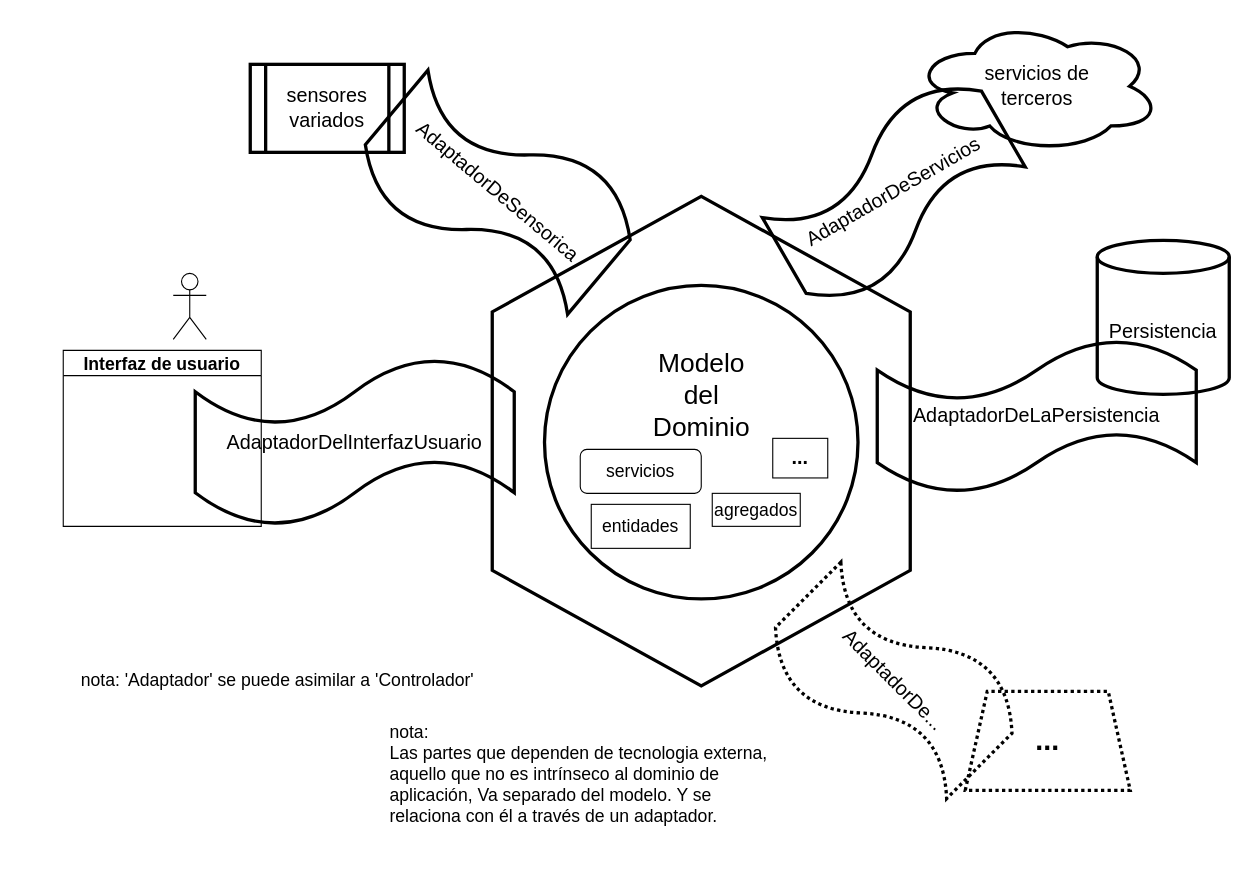
This is zz_notas_varias/Arquitectura Hexagonal - ports and adapters.drawio from JuanMuruaOlalde/DesarrolloDeSoftware, a draw.io file, before an edit. Source tidied: cells renumbered, new cells numbered last; positions are measured from the earlier drawing's top-left corner, leaving out a move shared by most shapes. Both pictures are drawn from the tidied source at 110%, with x=0, y=0 at pixel (19, 20).
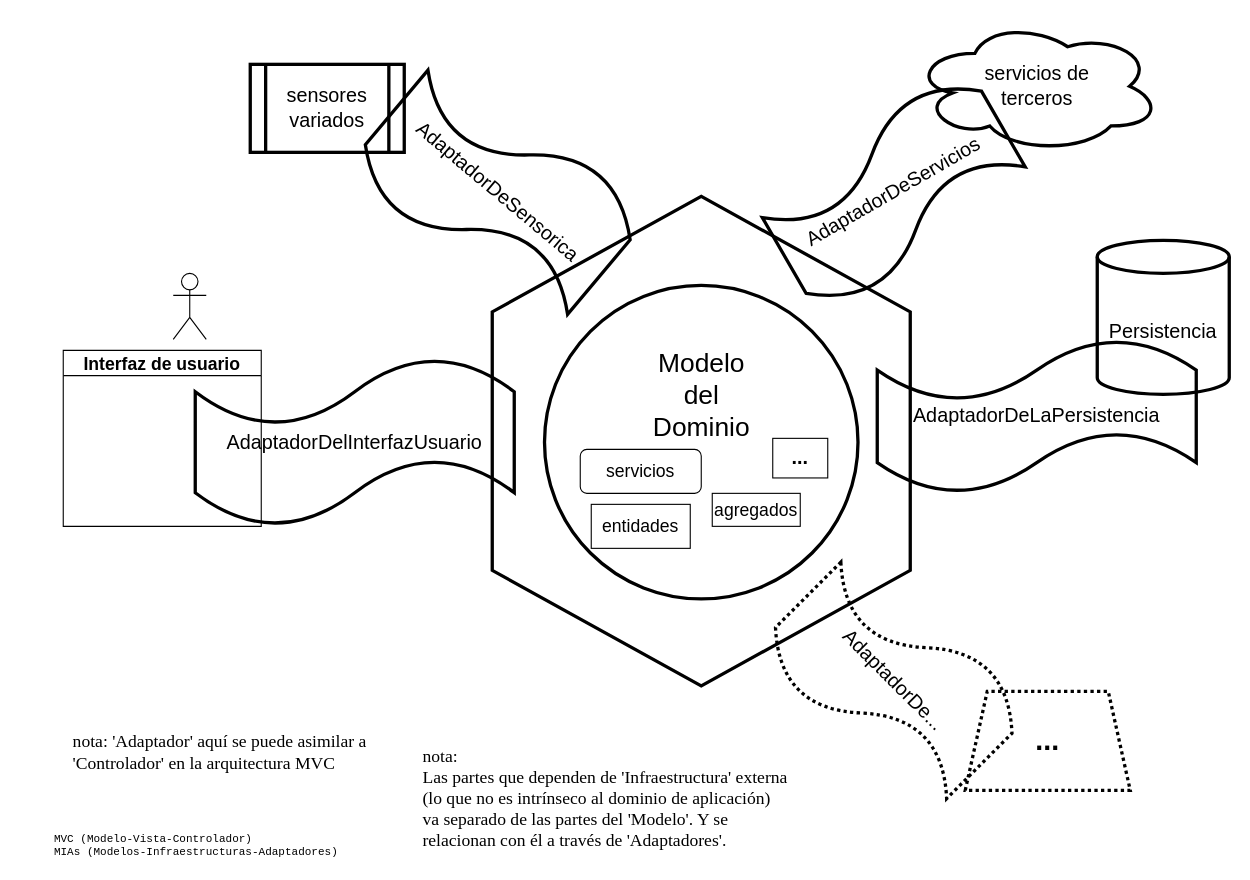
Above is the later version.

What changed in the source:
```diff
@@
-    <mxCell id="19" value="nota: 'Adaptador' se puede asimilar a 'Controlador'" style="text;html=1;strokeColor=none;fillColor=none;align=center;verticalAlign=middle;whiteSpace=wrap;rounded=0;strokeWidth=1;fontSize=16;" parent="1" vertex="1">
-      <mxGeometry y="580" width="470" height="40" as="geometry" />
-    </mxCell>
-    <mxCell id="20" value="nota: &lt;br&gt;Las partes que dependen de tecnologia externa, aquello que no es intrínseco al dominio de aplicación, Va separado del modelo. Y se relaciona con él a través de un adaptador." style="text;html=1;strokeColor=none;fillColor=none;align=left;verticalAlign=middle;whiteSpace=wrap;rounded=0;strokeWidth=1;fontSize=16;" parent="1" vertex="1">
-      <mxGeometry x="335" y="650" width="350" height="70" as="geometry" />
-    </mxCell>
+    <mxCell id="21" value="nota: &lt;br&gt;Las partes que dependen de 'Infraestructura' externa (lo que no es intrínseco al dominio de aplicación) va separado de las partes del 'Modelo'. Y se relacionan con él a través de 'Adaptadores'." style="text;html=1;strokeColor=none;fillColor=none;align=left;verticalAlign=middle;whiteSpace=wrap;rounded=0;strokeWidth=1;fontSize=16;fontFamily=Times New Roman;" parent="1" vertex="1">
+      <mxGeometry x="365" y="650" width="335" height="113.8" as="geometry" />
+    </mxCell>
+    <mxCell id="22" value="MVC (Modelo-Vista-Controlador)&lt;br style=&quot;font-size: 10px;&quot;&gt;&lt;span style=&quot;text-align: center; font-size: 10px;&quot;&gt;MIAs (Modelos-Infraestructuras-Adaptadores)&lt;/span&gt;" style="text;html=1;strokeColor=none;fillColor=none;align=left;verticalAlign=middle;whiteSpace=wrap;rounded=0;strokeWidth=1;fontSize=10;fontFamily=Courier New;" parent="1" vertex="1">
+      <mxGeometry x="30" y="736.8" width="323" height="27" as="geometry" />
+    </mxCell>
+    <mxCell id="23" value="nota: 'Adaptador' aquí se puede asimilar a 'Controlador' en la arquitectura MVC" style="text;html=1;strokeColor=none;fillColor=none;align=left;verticalAlign=middle;whiteSpace=wrap;rounded=0;strokeWidth=1;fontSize=16;fontFamily=Times New Roman;" parent="1" vertex="1">
+      <mxGeometry x="46.5" y="640" width="290" height="50" as="geometry" />
+    </mxCell>
```
